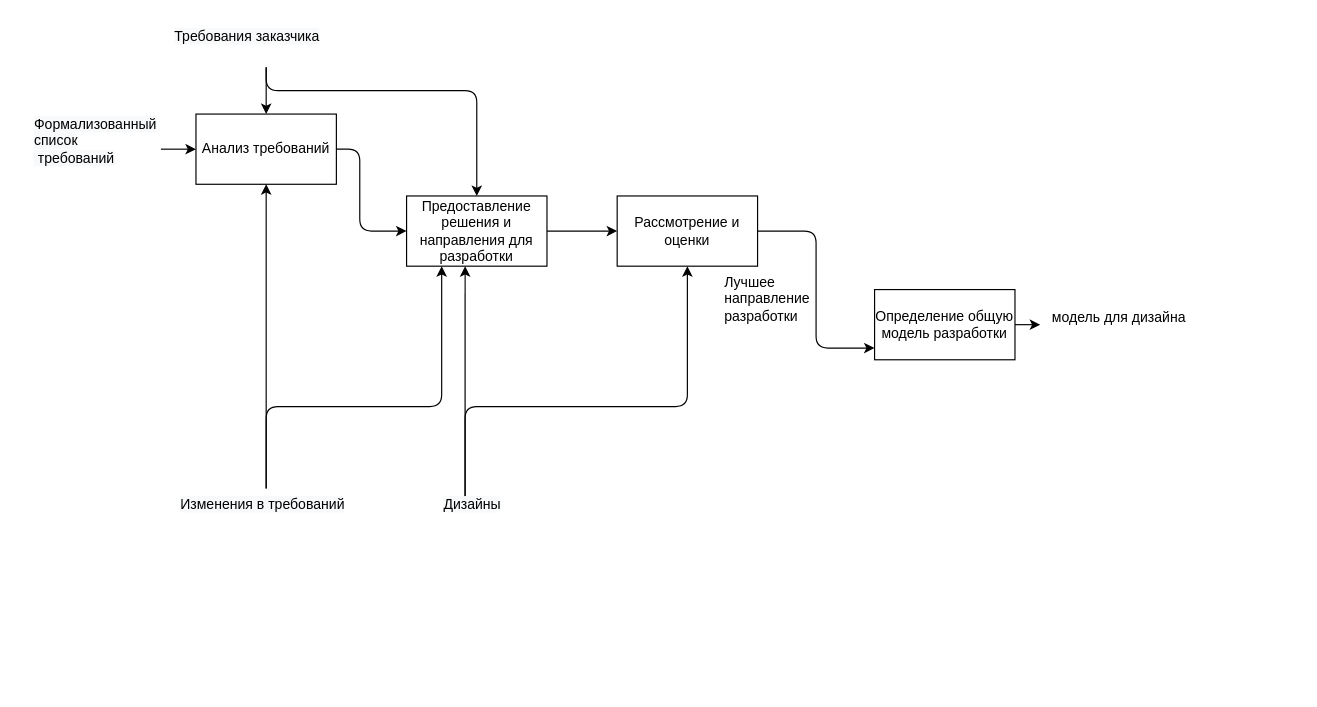
Above: page "A1" (3 of 8) of Biểu đồ không có tiêu đề.drawio in quyettranvu/Lab1_IDEF (draw.io), before the change. Source tidied: cells renumbered, new cells numbered last; positions are measured from the earlier drawing's top-left corner, leaving out a move shared by most shapes. Both pictures are drawn from the tidied source at 117%, with x=0, y=0 at pixel (32, 20).
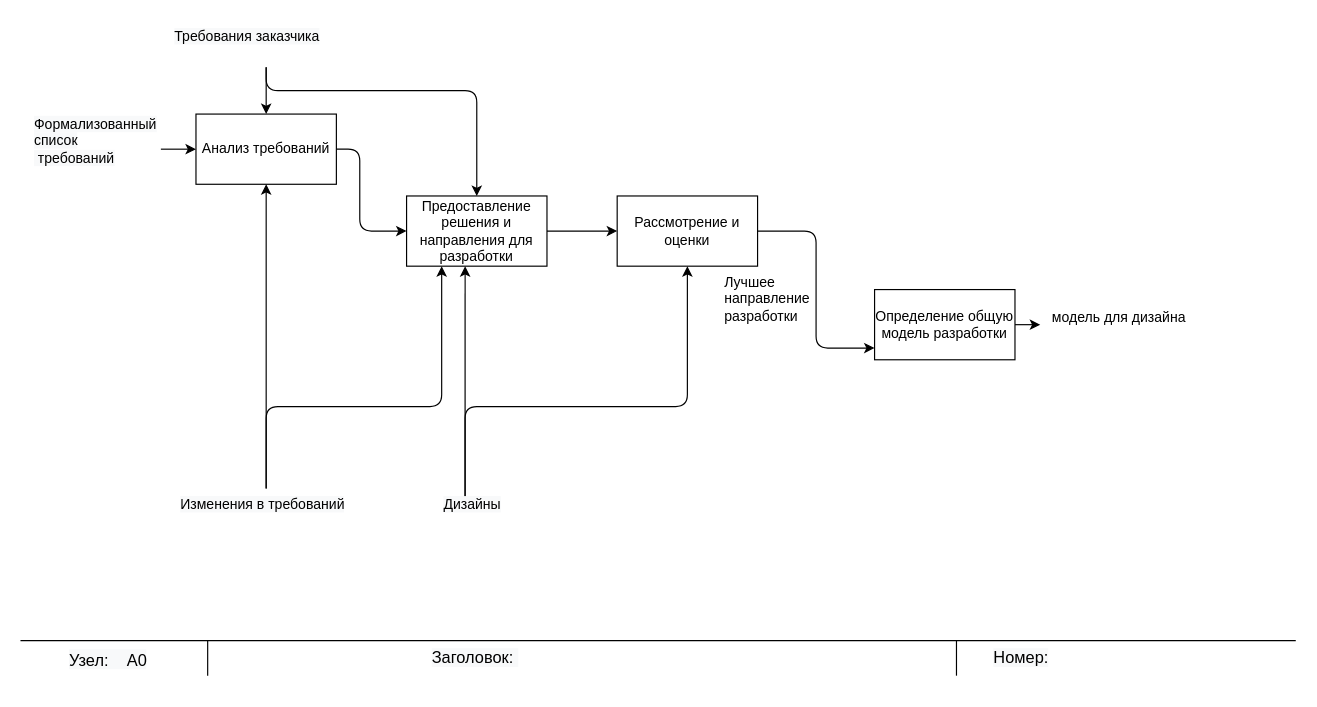
After the change.

Change to the diagram source:
```diff
@@
+    <mxCell id="23" style="endArrow=none;html=1;rounded=0;fontSize=16;" parent="1" edge="1">
+      <mxGeometry relative="1" as="geometry">
+        <mxPoint x="-10" y="530" as="sourcePoint" />
+        <mxPoint x="1080" y="530" as="targetPoint" />
+      </mxGeometry>
+    </mxCell>
+    <mxCell id="24" style="endArrow=none;html=1;rounded=0;fontSize=16;" parent="1" edge="1">
+      <mxGeometry relative="1" as="geometry">
+        <mxPoint x="150" y="560" as="sourcePoint" />
+        <mxPoint x="150" y="530" as="targetPoint" />
+      </mxGeometry>
+    </mxCell>
+    <mxCell id="25" style="endArrow=none;html=1;rounded=0;fontSize=16;" parent="1" edge="1">
+      <mxGeometry relative="1" as="geometry">
+        <mxPoint x="790" y="560" as="sourcePoint" />
+        <mxPoint x="790" y="530" as="targetPoint" />
+      </mxGeometry>
+    </mxCell>
+    <mxCell id="26" value="&lt;span style=&quot;color: rgb(0, 0, 0); font-family: Helvetica; font-style: normal; font-variant-ligatures: normal; font-variant-caps: normal; font-weight: 400; letter-spacing: normal; orphans: 2; text-align: center; text-indent: 0px; text-transform: none; widows: 2; word-spacing: 0px; -webkit-text-stroke-width: 0px; background-color: rgb(248, 249, 250); text-decoration-thickness: initial; text-decoration-style: initial; text-decoration-color: initial; float: none; display: inline !important;&quot;&gt;&lt;font style=&quot;font-size: 14px;&quot;&gt;Узел:&amp;nbsp; &amp;nbsp; A0&lt;/font&gt;&lt;/span&gt;" style="text;whiteSpace=wrap;html=1;fontSize=16;" parent="1" vertex="1">
+      <mxGeometry x="30" y="530" width="110" height="40" as="geometry" />
+    </mxCell>
+    <mxCell id="27" value="&lt;span style=&quot;color: rgb(0, 0, 0); font-family: Helvetica; font-style: normal; font-variant-ligatures: normal; font-variant-caps: normal; font-weight: 400; letter-spacing: normal; orphans: 2; text-align: center; text-indent: 0px; text-transform: none; widows: 2; word-spacing: 0px; -webkit-text-stroke-width: 0px; background-color: rgb(248, 249, 250); text-decoration-thickness: initial; text-decoration-style: initial; text-decoration-color: initial; float: none; display: inline !important;&quot;&gt;&lt;font style=&quot;font-size: 14px;&quot;&gt;Заголовок:&amp;nbsp;&lt;/font&gt;&lt;/span&gt;" style="text;whiteSpace=wrap;html=1;fontSize=14;" parent="1" vertex="1">
+      <mxGeometry x="340" y="530" width="120" height="40" as="geometry" />
+    </mxCell>
+    <mxCell id="28" value="&lt;span style=&quot;color: rgb(0, 0, 0); font-family: Helvetica; font-style: normal; font-variant-ligatures: normal; font-variant-caps: normal; font-weight: 400; letter-spacing: normal; orphans: 2; text-align: center; text-indent: 0px; text-transform: none; widows: 2; word-spacing: 0px; -webkit-text-stroke-width: 0px; background-color: rgb(248, 249, 250); text-decoration-thickness: initial; text-decoration-style: initial; text-decoration-color: initial; float: none; display: inline !important;&quot;&gt;&lt;font style=&quot;font-size: 14px;&quot;&gt;Номер:&lt;/font&gt;&lt;/span&gt;" style="text;whiteSpace=wrap;html=1;fontSize=14;" parent="1" vertex="1">
+      <mxGeometry x="820" y="530" width="90" height="40" as="geometry" />
+    </mxCell>
```
